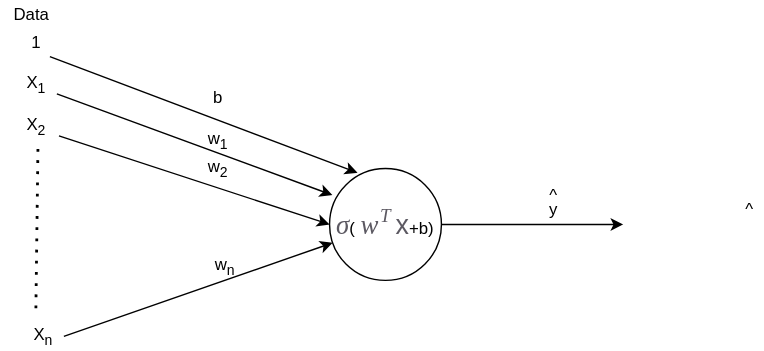
ronen567/just-the-docs keeps this draw.io diagram as assets/images/supervised/ML-data-sigmoid-network.svg. Above is the earlier version. Source tidied: cells renumbered, new cells last; positions are measured from the earlier drawing's top-left corner, leaving out a move shared by most shapes.
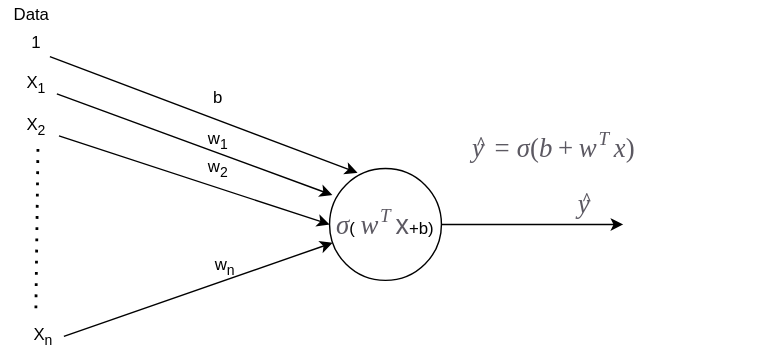
After the change.

What changed in the source:
```diff
@@ -39,19 +39,13 @@
     <mxCell id="12" value="w&lt;sub&gt;1&lt;/sub&gt;" style="text;html=1;align=center;verticalAlign=middle;" parent="1" vertex="1">
       <mxGeometry x="140" y="90" width="30" height="20" as="geometry" />
     </mxCell>
-    <mxCell id="13" value="y" style="text;html=1;align=center;verticalAlign=middle;" parent="1" vertex="1">
-      <mxGeometry x="385" y="140" width="20" height="20" as="geometry" />
-    </mxCell>
-    <mxCell id="14" value="^" style="text;html=1;align=center;verticalAlign=middle;" parent="1" vertex="1">
-      <mxGeometry x="385" y="130" width="20" height="20" as="geometry" />
-    </mxCell>
     <mxCell id="15" style="endArrow=classic;html=1;exitX=1;exitY=0.5;exitDx=0;exitDy=0;" parent="1" edge="1" source="2">
       <mxGeometry relative="1" as="geometry">
         <mxPoint x="445" y="160" as="targetPoint" />
       </mxGeometry>
     </mxCell>
-    <mxCell id="16" value="^" style="text;html=1;align=center;verticalAlign=middle;" parent="1" vertex="1">
-      <mxGeometry x="525" y="140" width="20" height="20" as="geometry" />
+    <mxCell id="16" value="&lt;span class=&quot;texatom&quot; id=&quot;MathJax-Span-398&quot; style=&quot;box-sizing: border-box ; transition: none 0s ease 0s ; display: inline ; position: static ; border: 0px ; padding: 0px ; margin: 0px ; vertical-align: 0px ; line-height: normal ; color: rgb(92 , 89 , 98) ; font-size: 19.2px ; background-color: rgb(255 , 255 , 255)&quot;&gt;&lt;span class=&quot;mrow&quot; id=&quot;MathJax-Span-399&quot; style=&quot;box-sizing: border-box ; transition: none 0s ease 0s ; display: inline ; position: static ; border: 0px ; padding: 0px ; margin: 0px ; vertical-align: 0px ; line-height: normal&quot;&gt;&lt;span class=&quot;munderover&quot; id=&quot;MathJax-Span-400&quot; style=&quot;box-sizing: border-box ; transition: none 0s ease 0s ; display: inline ; position: static ; border: 0px ; padding: 0px ; margin: 0px ; vertical-align: 0px ; line-height: normal&quot;&gt;&lt;span style=&quot;box-sizing: border-box ; transition: none 0s ease 0s ; display: inline-block ; position: relative ; border: 0px ; padding: 0px ; margin: 0px ; vertical-align: 0px ; line-height: normal ; width: 0.576em ; height: 0px&quot;&gt;&lt;span style=&quot;box-sizing: border-box ; transition: none 0s ease 0s ; position: absolute ; border: 0px ; padding: 0px ; margin: 0px ; vertical-align: 0px ; line-height: normal ; clip: rect(3.44em , 1000.52em , 4.378em , -999.997em) ; top: -4.008em ; left: 0.003em&quot;&gt;&lt;br&gt;&lt;/span&gt;&lt;/span&gt;&lt;/span&gt;&lt;/span&gt;&lt;/span&gt;&lt;span class=&quot;mo&quot; id=&quot;MathJax-Span-403&quot; style=&quot;box-sizing: border-box ; transition: none 0s ease 0s ; display: inline ; position: static ; border: 0px ; padding: 0px 0px 0px 0.263em ; margin: 0px ; vertical-align: 0px ; line-height: normal ; color: rgb(92 , 89 , 98) ; font-size: 19.2px ; background-color: rgb(255 , 255 , 255) ; font-family: &amp;#34;mathjax_main&amp;#34;&quot;&gt;&lt;/span&gt;" style="text;html=1;align=center;verticalAlign=middle;" parent="1" vertex="1">
+      <mxGeometry x="520" y="135" width="30" height="30" as="geometry" />
     </mxCell>
     <mxCell id="17" style="endArrow=classic;html=1;entryX=0.25;entryY=0.038;entryDx=0;entryDy=0;entryPerimeter=0;" parent="1" edge="1" target="2">
       <mxGeometry relative="1" as="geometry">
@@ -67,5 +61,17 @@
     <mxCell id="20" value="w&lt;sub&gt;2&lt;/sub&gt;" style="text;html=1;align=center;verticalAlign=middle;" parent="1" vertex="1">
       <mxGeometry x="140" y="110" width="30" height="20" as="geometry" />
     </mxCell>
+    <mxCell id="21" value="&lt;span class=&quot;texatom&quot; id=&quot;MathJax-Span-398&quot; style=&quot;box-sizing: border-box ; transition: none 0s ease 0s ; display: inline ; position: static ; border: 0px ; padding: 0px ; margin: 0px ; vertical-align: 0px ; line-height: normal ; color: rgb(92 , 89 , 98) ; font-family: , , &amp;#34;blinkmacsystemfont&amp;#34; , &amp;#34;segoe ui&amp;#34; , &amp;#34;roboto&amp;#34; , &amp;#34;helvetica neue&amp;#34; , &amp;#34;arial&amp;#34; , sans-serif ; font-size: 19.2px ; background-color: rgb(255 , 255 , 255)&quot;&gt;&lt;span class=&quot;mrow&quot; id=&quot;MathJax-Span-399&quot; style=&quot;box-sizing: border-box ; transition: none 0s ease 0s ; display: inline ; position: static ; border: 0px ; padding: 0px ; margin: 0px ; vertical-align: 0px ; line-height: normal&quot;&gt;&lt;span class=&quot;munderover&quot; id=&quot;MathJax-Span-400&quot; style=&quot;box-sizing: border-box ; transition: none 0s ease 0s ; display: inline ; position: static ; border: 0px ; padding: 0px ; margin: 0px ; vertical-align: 0px ; line-height: normal&quot;&gt;&lt;span style=&quot;box-sizing: border-box ; transition: none 0s ease 0s ; display: inline-block ; position: relative ; border: 0px ; padding: 0px ; margin: 0px ; vertical-align: 0px ; line-height: normal ; width: 0.576em ; height: 0px&quot;&gt;&lt;span style=&quot;box-sizing: border-box ; transition: none 0s ease 0s ; position: absolute ; border: 0px ; padding: 0px ; margin: 0px ; vertical-align: 0px ; line-height: normal ; clip: rect(3.44em , 1000.52em , 4.378em , -999.997em) ; top: -4.008em ; left: 0.003em&quot;&gt;&lt;br&gt;&lt;/span&gt;&lt;/span&gt;&lt;/span&gt;&lt;/span&gt;&lt;/span&gt;" style="text;html=1;align=center;verticalAlign=middle;" parent="1" vertex="1">
+      <mxGeometry x="510" y="145" width="30" height="30" as="geometry" />
+    </mxCell>
+    <mxCell id="22" value="&lt;span class=&quot;texatom&quot; id=&quot;MathJax-Span-398&quot; style=&quot;box-sizing: border-box ; transition: none 0s ease 0s ; display: inline ; position: static ; border: 0px ; padding: 0px ; margin: 0px ; vertical-align: 0px ; line-height: normal ; color: rgb(92 , 89 , 98) ; font-family: , , &amp;#34;blinkmacsystemfont&amp;#34; , &amp;#34;segoe ui&amp;#34; , &amp;#34;roboto&amp;#34; , &amp;#34;helvetica neue&amp;#34; , &amp;#34;arial&amp;#34; , sans-serif ; font-size: 19.2px ; background-color: rgb(255 , 255 , 255)&quot;&gt;&lt;span class=&quot;mrow&quot; id=&quot;MathJax-Span-399&quot; style=&quot;box-sizing: border-box ; transition: none 0s ease 0s ; display: inline ; position: static ; border: 0px ; padding: 0px ; margin: 0px ; vertical-align: 0px ; line-height: normal&quot;&gt;&lt;span class=&quot;munderover&quot; id=&quot;MathJax-Span-400&quot; style=&quot;box-sizing: border-box ; transition: none 0s ease 0s ; display: inline ; position: static ; border: 0px ; padding: 0px ; margin: 0px ; vertical-align: 0px ; line-height: normal&quot;&gt;&lt;span style=&quot;box-sizing: border-box ; transition: none 0s ease 0s ; display: inline-block ; position: relative ; border: 0px ; padding: 0px ; margin: 0px ; vertical-align: 0px ; line-height: normal ; width: 0.576em ; height: 0px&quot;&gt;&lt;span style=&quot;box-sizing: border-box ; transition: none 0s ease 0s ; position: absolute ; border: 0px ; padding: 0px ; margin: 0px ; vertical-align: 0px ; line-height: normal ; clip: rect(3.44em , 1000.52em , 4.378em , -999.997em) ; top: -4.008em ; left: 0.003em&quot;&gt;&lt;span class=&quot;mi&quot; id=&quot;MathJax-Span-401&quot; style=&quot;box-sizing: border-box ; transition: none 0s ease 0s ; display: inline ; position: static ; border: 0px ; padding: 0px ; margin: 0px ; vertical-align: 0px ; line-height: normal ; font-family: &amp;#34;mathjax_math&amp;#34; ; font-style: italic&quot;&gt;y&lt;span style=&quot;box-sizing: border-box ; transition: none 0s ease 0s ; display: inline-block ; position: static ; border: 0px ; padding: 0px ; margin: 0px ; vertical-align: 0px ; line-height: normal ; overflow: hidden ; height: 1px ; width: 0.003em&quot;&gt;&lt;/span&gt;&lt;/span&gt;&lt;span style=&quot;box-sizing: border-box ; transition: none 0s ease 0s ; display: inline-block ; position: static ; border: 0px ; padding: 0px ; margin: 0px ; vertical-align: 0px ; line-height: normal ; width: 0px ; height: 4.013em&quot;&gt;&lt;/span&gt;&lt;/span&gt;&lt;span style=&quot;box-sizing: border-box ; transition: none 0s ease 0s ; position: absolute ; border: 0px ; padding: 0px ; margin: 0px ; vertical-align: 0px ; line-height: normal ; clip: rect(3.18em , 1000.37em , 3.648em , -999.997em) ; top: -4.06em ; left: 0.107em&quot;&gt;&lt;span class=&quot;mo&quot; id=&quot;MathJax-Span-402&quot; style=&quot;box-sizing: border-box ; transition: none 0s ease 0s ; display: inline ; position: static ; border: 0px ; padding: 0px ; margin: 0px ; vertical-align: 0px ; line-height: normal ; font-family: &amp;#34;mathjax_main&amp;#34;&quot;&gt;^&lt;/span&gt;&lt;span style=&quot;box-sizing: border-box ; transition: none 0s ease 0s ; display: inline-block ; position: static ; border: 0px ; padding: 0px ; margin: 0px ; vertical-align: 0px ; line-height: normal ; width: 0px ; height: 4.013em&quot;&gt;&lt;/span&gt;&lt;/span&gt;&lt;/span&gt;&lt;/span&gt;&lt;/span&gt;&lt;/span&gt;&lt;span class=&quot;mi&quot; id=&quot;MathJax-Span-404&quot; style=&quot;box-sizing: border-box ; transition: none 0s ease 0s ; display: inline ; position: static ; border: 0px ; padding: 0px 0px 0px 0.263em ; margin: 0px ; vertical-align: 0px ; line-height: normal ; color: rgb(92 , 89 , 98) ; font-size: 19.2px ; background-color: rgb(255 , 255 , 255) ; font-family: &amp;#34;mathjax_math&amp;#34; ; font-style: italic&quot;&gt;&lt;span style=&quot;box-sizing: border-box ; transition: none 0s ease 0s ; display: inline-block ; position: static ; border: 0px ; padding: 0px ; margin: 0px ; vertical-align: 0px ; line-height: normal ; overflow: hidden ; height: 1px ; width: 0.003em&quot;&gt;&lt;/span&gt;&lt;/span&gt;&lt;span class=&quot;msubsup&quot; id=&quot;MathJax-Span-408&quot; style=&quot;box-sizing: border-box ; transition: none 0s ease 0s ; display: inline ; position: static ; border: 0px ; padding: 0px 0px 0px 0.211em ; margin: 0px ; vertical-align: 0px ; line-height: normal ; color: rgb(92 , 89 , 98) ; font-family: , , &amp;#34;blinkmacsystemfont&amp;#34; , &amp;#34;segoe ui&amp;#34; , &amp;#34;roboto&amp;#34; , &amp;#34;helvetica neue&amp;#34; , &amp;#34;arial&amp;#34; , sans-serif ; font-size: 19.2px ; background-color: rgb(255 , 255 , 255)&quot;&gt;&lt;span style=&quot;box-sizing: border-box ; transition: none 0s ease 0s ; display: inline-block ; position: relative ; border: 0px ; padding: 0px ; margin: 0px ; vertical-align: 0px ; line-height: normal ; width: 1.305em ; height: 0px&quot;&gt;&lt;span style=&quot;box-sizing: border-box ; transition: none 0s ease 0s ; position: absolute ; border: 0px ; padding: 0px ; margin: 0px ; vertical-align: 0px ; line-height: normal ; top: -4.424em ; left: 0.732em&quot;&gt;&lt;/span&gt;&lt;/span&gt;&lt;/span&gt;" style="text;html=1;align=center;verticalAlign=middle;" parent="1" vertex="1">
+      <mxGeometry x="405" y="130" width="60" height="30" as="geometry" />
+    </mxCell>
+    <mxCell id="23" value="&lt;span class=&quot;texatom&quot; id=&quot;MathJax-Span-398&quot; style=&quot;box-sizing: border-box ; transition: none 0s ease 0s ; display: inline ; position: static ; border: 0px ; padding: 0px ; margin: 0px ; vertical-align: 0px ; line-height: normal ; color: rgb(92 , 89 , 98) ; font-size: 19.2px ; background-color: rgb(255 , 255 , 255)&quot;&gt;&lt;span class=&quot;mrow&quot; id=&quot;MathJax-Span-399&quot; style=&quot;box-sizing: border-box ; transition: none 0s ease 0s ; display: inline ; position: static ; border: 0px ; padding: 0px ; margin: 0px ; vertical-align: 0px ; line-height: normal&quot;&gt;&lt;span class=&quot;munderover&quot; id=&quot;MathJax-Span-400&quot; style=&quot;box-sizing: border-box ; transition: none 0s ease 0s ; display: inline ; position: static ; border: 0px ; padding: 0px ; margin: 0px ; vertical-align: 0px ; line-height: normal&quot;&gt;&lt;span style=&quot;box-sizing: border-box ; transition: none 0s ease 0s ; display: inline-block ; position: relative ; border: 0px ; padding: 0px ; margin: 0px ; vertical-align: 0px ; line-height: normal ; width: 0.576em ; height: 0px&quot;&gt;&lt;span style=&quot;box-sizing: border-box ; transition: none 0s ease 0s ; position: absolute ; border: 0px ; padding: 0px ; margin: 0px ; vertical-align: 0px ; line-height: normal ; clip: rect(3.44em , 1000.52em , 4.378em , -999.997em) ; top: -4.008em ; left: 0.003em&quot;&gt;&lt;br&gt;&lt;/span&gt;&lt;/span&gt;&lt;/span&gt;&lt;/span&gt;&lt;/span&gt;" style="text;html=1;align=center;verticalAlign=middle;" parent="1" vertex="1">
+      <mxGeometry x="430" y="195" width="30" height="30" as="geometry" />
+    </mxCell>
+    <mxCell id="24" value="&lt;span class=&quot;texatom&quot; id=&quot;MathJax-Span-398&quot; style=&quot;box-sizing: border-box ; transition: none 0s ease 0s ; display: inline ; position: static ; border: 0px ; padding: 0px ; margin: 0px ; vertical-align: 0px ; line-height: normal ; color: rgb(92 , 89 , 98) ; font-family: , , &amp;#34;blinkmacsystemfont&amp;#34; , &amp;#34;segoe ui&amp;#34; , &amp;#34;roboto&amp;#34; , &amp;#34;helvetica neue&amp;#34; , &amp;#34;arial&amp;#34; , sans-serif ; font-size: 19.2px ; background-color: rgb(255 , 255 , 255)&quot;&gt;&lt;span class=&quot;mrow&quot; id=&quot;MathJax-Span-399&quot; style=&quot;box-sizing: border-box ; transition: none 0s ease 0s ; display: inline ; position: static ; border: 0px ; padding: 0px ; margin: 0px ; vertical-align: 0px ; line-height: normal&quot;&gt;&lt;span class=&quot;munderover&quot; id=&quot;MathJax-Span-400&quot; style=&quot;box-sizing: border-box ; transition: none 0s ease 0s ; display: inline ; position: static ; border: 0px ; padding: 0px ; margin: 0px ; vertical-align: 0px ; line-height: normal&quot;&gt;&lt;span style=&quot;box-sizing: border-box ; transition: none 0s ease 0s ; display: inline-block ; position: relative ; border: 0px ; padding: 0px ; margin: 0px ; vertical-align: 0px ; line-height: normal ; width: 0.576em ; height: 0px&quot;&gt;&lt;span style=&quot;box-sizing: border-box ; transition: none 0s ease 0s ; position: absolute ; border: 0px ; padding: 0px ; margin: 0px ; vertical-align: 0px ; line-height: normal ; clip: rect(3.44em , 1000.52em , 4.378em , -999.997em) ; top: -4.008em ; left: 0.003em&quot;&gt;&lt;span class=&quot;mi&quot; id=&quot;MathJax-Span-401&quot; style=&quot;box-sizing: border-box ; transition: none 0s ease 0s ; display: inline ; position: static ; border: 0px ; padding: 0px ; margin: 0px ; vertical-align: 0px ; line-height: normal ; font-family: &amp;#34;mathjax_math&amp;#34; ; font-style: italic&quot;&gt;y&lt;span style=&quot;box-sizing: border-box ; transition: none 0s ease 0s ; display: inline-block ; position: static ; border: 0px ; padding: 0px ; margin: 0px ; vertical-align: 0px ; line-height: normal ; overflow: hidden ; height: 1px ; width: 0.003em&quot;&gt;&lt;/span&gt;&lt;/span&gt;&lt;span style=&quot;box-sizing: border-box ; transition: none 0s ease 0s ; display: inline-block ; position: static ; border: 0px ; padding: 0px ; margin: 0px ; vertical-align: 0px ; line-height: normal ; width: 0px ; height: 4.013em&quot;&gt;&lt;/span&gt;&lt;/span&gt;&lt;span style=&quot;box-sizing: border-box ; transition: none 0s ease 0s ; position: absolute ; border: 0px ; padding: 0px ; margin: 0px ; vertical-align: 0px ; line-height: normal ; clip: rect(3.18em , 1000.37em , 3.648em , -999.997em) ; top: -4.06em ; left: 0.107em&quot;&gt;&lt;span class=&quot;mo&quot; id=&quot;MathJax-Span-402&quot; style=&quot;box-sizing: border-box ; transition: none 0s ease 0s ; display: inline ; position: static ; border: 0px ; padding: 0px ; margin: 0px ; vertical-align: 0px ; line-height: normal ; font-family: &amp;#34;mathjax_main&amp;#34;&quot;&gt;^&lt;/span&gt;&lt;span style=&quot;box-sizing: border-box ; transition: none 0s ease 0s ; display: inline-block ; position: static ; border: 0px ; padding: 0px ; margin: 0px ; vertical-align: 0px ; line-height: normal ; width: 0px ; height: 4.013em&quot;&gt;&lt;/span&gt;&lt;/span&gt;&lt;/span&gt;&lt;/span&gt;&lt;/span&gt;&lt;/span&gt;&lt;span class=&quot;mo&quot; id=&quot;MathJax-Span-403&quot; style=&quot;box-sizing: border-box ; transition: none 0s ease 0s ; display: inline ; position: static ; border: 0px ; padding: 0px 0px 0px 0.263em ; margin: 0px ; vertical-align: 0px ; line-height: normal ; color: rgb(92 , 89 , 98) ; font-size: 19.2px ; background-color: rgb(255 , 255 , 255) ; font-family: &amp;#34;mathjax_main&amp;#34;&quot;&gt;=&lt;/span&gt;&lt;span class=&quot;mi&quot; id=&quot;MathJax-Span-404&quot; style=&quot;box-sizing: border-box ; transition: none 0s ease 0s ; display: inline ; position: static ; border: 0px ; padding: 0px 0px 0px 0.263em ; margin: 0px ; vertical-align: 0px ; line-height: normal ; color: rgb(92 , 89 , 98) ; font-size: 19.2px ; background-color: rgb(255 , 255 , 255) ; font-family: &amp;#34;mathjax_math&amp;#34; ; font-style: italic&quot;&gt;σ&lt;span style=&quot;box-sizing: border-box ; transition: none 0s ease 0s ; display: inline-block ; position: static ; border: 0px ; padding: 0px ; margin: 0px ; vertical-align: 0px ; line-height: normal ; overflow: hidden ; height: 1px ; width: 0.003em&quot;&gt;&lt;/span&gt;&lt;/span&gt;&lt;span class=&quot;mo&quot; id=&quot;MathJax-Span-405&quot; style=&quot;box-sizing: border-box ; transition: none 0s ease 0s ; display: inline ; position: static ; border: 0px ; padding: 0px ; margin: 0px ; vertical-align: 0px ; line-height: normal ; color: rgb(92 , 89 , 98) ; font-size: 19.2px ; background-color: rgb(255 , 255 , 255) ; font-family: &amp;#34;mathjax_main&amp;#34;&quot;&gt;(&lt;/span&gt;&lt;span class=&quot;mi&quot; id=&quot;MathJax-Span-406&quot; style=&quot;box-sizing: border-box ; transition: none 0s ease 0s ; display: inline ; position: static ; border: 0px ; padding: 0px ; margin: 0px ; vertical-align: 0px ; line-height: normal ; color: rgb(92 , 89 , 98) ; font-size: 19.2px ; background-color: rgb(255 , 255 , 255) ; font-family: &amp;#34;mathjax_math&amp;#34; ; font-style: italic&quot;&gt;b&lt;/span&gt;&lt;span class=&quot;mo&quot; id=&quot;MathJax-Span-407&quot; style=&quot;box-sizing: border-box ; transition: none 0s ease 0s ; display: inline ; position: static ; border: 0px ; padding: 0px 0px 0px 0.211em ; margin: 0px ; vertical-align: 0px ; line-height: normal ; color: rgb(92 , 89 , 98) ; font-size: 19.2px ; background-color: rgb(255 , 255 , 255) ; font-family: &amp;#34;mathjax_main&amp;#34;&quot;&gt;+&lt;/span&gt;&lt;span class=&quot;msubsup&quot; id=&quot;MathJax-Span-408&quot; style=&quot;box-sizing: border-box ; transition: none 0s ease 0s ; display: inline ; position: static ; border: 0px ; padding: 0px 0px 0px 0.211em ; margin: 0px ; vertical-align: 0px ; line-height: normal ; color: rgb(92 , 89 , 98) ; font-family: , , &amp;#34;blinkmacsystemfont&amp;#34; , &amp;#34;segoe ui&amp;#34; , &amp;#34;roboto&amp;#34; , &amp;#34;helvetica neue&amp;#34; , &amp;#34;arial&amp;#34; , sans-serif ; font-size: 19.2px ; background-color: rgb(255 , 255 , 255)&quot;&gt;&lt;span style=&quot;box-sizing: border-box ; transition: none 0s ease 0s ; display: inline-block ; position: relative ; border: 0px ; padding: 0px ; margin: 0px ; vertical-align: 0px ; line-height: normal ; width: 1.305em ; height: 0px&quot;&gt;&lt;span style=&quot;box-sizing: border-box ; transition: none 0s ease 0s ; position: absolute ; border: 0px ; padding: 0px ; margin: 0px ; vertical-align: 0px ; line-height: normal ; clip: rect(3.388em , 1000.68em , 4.169em , -999.997em) ; top: -4.008em ; left: 0em&quot;&gt;&lt;span class=&quot;mi&quot; id=&quot;MathJax-Span-409&quot; style=&quot;box-sizing: border-box ; transition: none 0s ease 0s ; display: inline ; position: static ; border: 0px ; padding: 0px ; margin: 0px ; vertical-align: 0px ; line-height: normal ; font-family: &amp;#34;mathjax_math&amp;#34; ; font-style: italic&quot;&gt;w&lt;/span&gt;&lt;span style=&quot;box-sizing: border-box ; transition: none 0s ease 0s ; display: inline-block ; position: static ; border: 0px ; padding: 0px ; margin: 0px ; vertical-align: 0px ; line-height: normal ; width: 0px ; height: 4.013em&quot;&gt;&lt;/span&gt;&lt;/span&gt;&lt;span style=&quot;box-sizing: border-box ; transition: none 0s ease 0s ; position: absolute ; border: 0px ; padding: 0px ; margin: 0px ; vertical-align: 0px ; line-height: normal ; top: -4.424em ; left: 0.732em&quot;&gt;&lt;span class=&quot;mi&quot; id=&quot;MathJax-Span-410&quot; style=&quot;box-sizing: border-box ; transition: none 0s ease 0s ; display: inline ; position: static ; border: 0px ; padding: 0px ; margin: 0px ; vertical-align: 0px ; line-height: normal ; font-size: 13.5744px ; font-family: &amp;#34;mathjax_math&amp;#34; ; font-style: italic&quot;&gt;T&lt;span style=&quot;box-sizing: border-box ; transition: none 0s ease 0s ; display: inline-block ; position: static ; border: 0px ; padding: 0px ; margin: 0px ; vertical-align: 0px ; line-height: normal ; overflow: hidden ; height: 1px ; width: 0.107em&quot;&gt;&lt;/span&gt;&lt;/span&gt;&lt;span style=&quot;box-sizing: border-box ; transition: none 0s ease 0s ; display: inline-block ; position: static ; border: 0px ; padding: 0px ; margin: 0px ; vertical-align: 0px ; line-height: normal ; width: 0px ; height: 4.013em&quot;&gt;&lt;/span&gt;&lt;/span&gt;&lt;/span&gt;&lt;/span&gt;&lt;span class=&quot;mi&quot; id=&quot;MathJax-Span-411&quot; style=&quot;box-sizing: border-box ; transition: none 0s ease 0s ; display: inline ; position: static ; border: 0px ; padding: 0px ; margin: 0px ; vertical-align: 0px ; line-height: normal ; color: rgb(92 , 89 , 98) ; font-size: 19.2px ; background-color: rgb(255 , 255 , 255) ; font-family: &amp;#34;mathjax_math&amp;#34; ; font-style: italic&quot;&gt;x&lt;/span&gt;&lt;span class=&quot;mo&quot; id=&quot;MathJax-Span-412&quot; style=&quot;box-sizing: border-box ; transition: none 0s ease 0s ; display: inline ; position: static ; border: 0px ; padding: 0px ; margin: 0px ; vertical-align: 0px ; line-height: normal ; color: rgb(92 , 89 , 98) ; font-size: 19.2px ; background-color: rgb(255 , 255 , 255) ; font-family: &amp;#34;mathjax_main&amp;#34;&quot;&gt;)&lt;/span&gt;" style="text;html=1;align=center;verticalAlign=middle;" parent="1" vertex="1">
+      <mxGeometry x="325" y="90" width="140" height="30" as="geometry" />
+    </mxCell>
   </root>
 </mxGraphModel>
```
